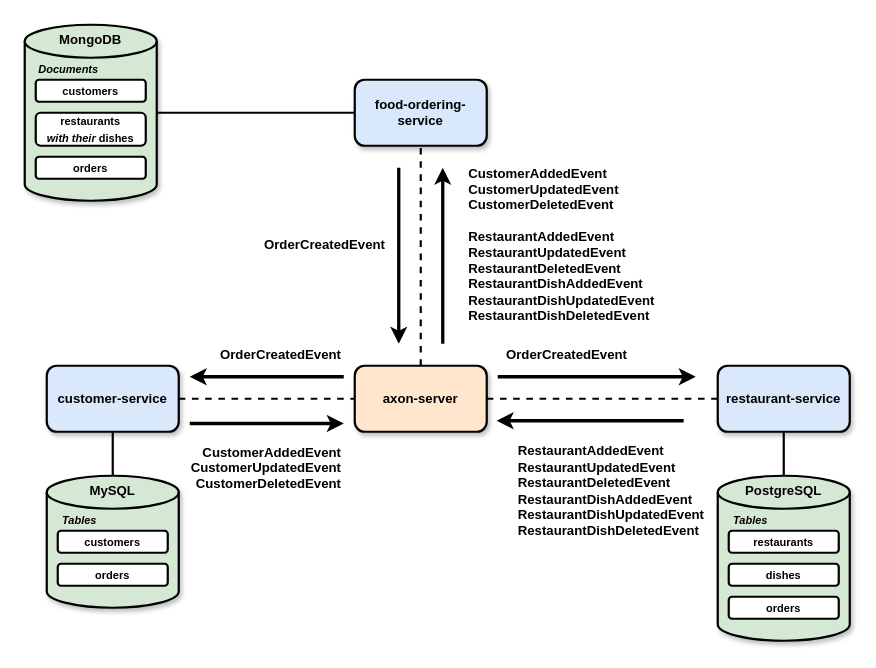
Before: images/project-diagram.drawio in ivangfr/axon-springboot-websocket, a draw.io diagram. Source tidied: cells renumbered, new cells numbered last; positions are measured from the earlier drawing's top-left corner, leaving out a move shared by most shapes. Both pictures are drawn from the tidied source at 110%, with x=0, y=0 at pixel (24, 24).
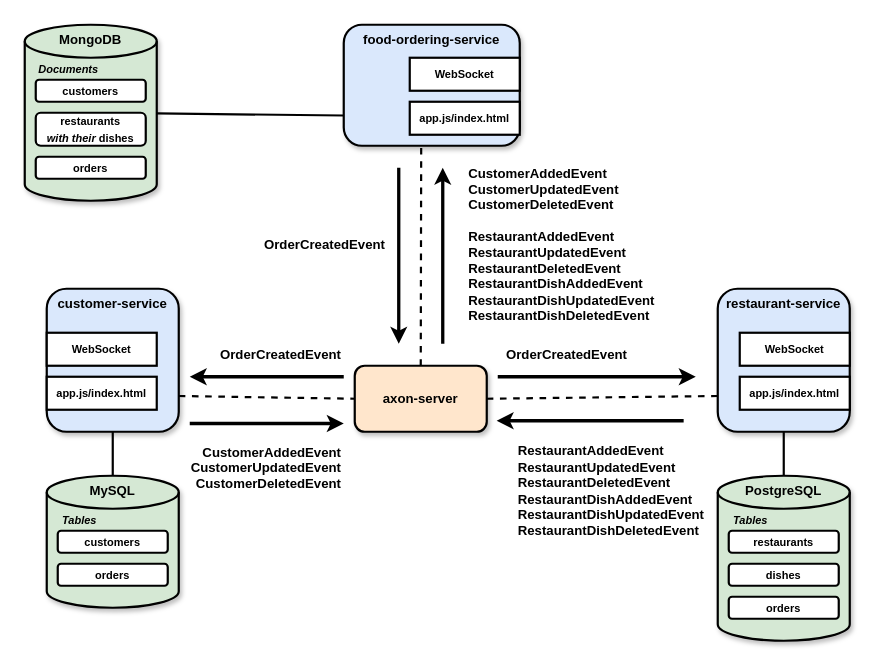
Above is the later version.

Commit message (it also covers changes not shown here):
changes - add order view in restaurant-service; - add gif demo; - add new images of the services UI; - small code refactor; - update README.

Unchanged cells that the change refers to:
```xml
<mxCell id="8" value="&lt;b&gt;MongoDB&lt;/b&gt;" style="shape=cylinder2;whiteSpace=wrap;html=1;boundedLbl=1;backgroundOutline=1;size=15;strokeWidth=2;horizontal=1;verticalAlign=top;fillColor=#d5e8d4;shadow=1;" parent="1" vertex="1">
  <mxGeometry width="120" height="160" as="geometry" />
</mxCell>
<mxCell id="19" value="&lt;b&gt;axon-server&lt;/b&gt;" style="rounded=1;whiteSpace=wrap;html=1;strokeWidth=2;fillColor=#ffe6cc;shadow=1;" parent="1" vertex="1">
  <mxGeometry x="300" y="310" width="120" height="60" as="geometry" />
</mxCell>
```

Diff of the diagram source:
```diff
@@
-    <mxCell id="2" value="&lt;b&gt;customer-service&lt;/b&gt;" style="rounded=1;whiteSpace=wrap;html=1;strokeWidth=2;fillColor=#dae8fc;shadow=1;" parent="1" vertex="1">
-      <mxGeometry x="20" y="310" width="120" height="60" as="geometry" />
+    <mxCell id="2" value="&lt;b&gt;customer-service&lt;/b&gt;" style="rounded=1;whiteSpace=wrap;html=1;strokeWidth=2;fillColor=#dae8fc;shadow=1;horizontal=1;verticalAlign=top;" parent="1" vertex="1">
+      <mxGeometry x="20" y="240" width="120" height="130" as="geometry" />
     </mxCell>
-    <mxCell id="3" value="&lt;b&gt;restaurant-service&lt;/b&gt;" style="rounded=1;whiteSpace=wrap;html=1;strokeWidth=2;fillColor=#dae8fc;shadow=1;" parent="1" vertex="1">
-      <mxGeometry x="630" y="310" width="120" height="60" as="geometry" />
+    <mxCell id="3" value="&lt;b&gt;restaurant-service&lt;/b&gt;" style="rounded=1;whiteSpace=wrap;html=1;strokeWidth=2;fillColor=#dae8fc;shadow=1;horizontal=1;verticalAlign=top;" parent="1" vertex="1">
+      <mxGeometry x="630" y="240" width="120" height="130" as="geometry" />
     </mxCell>
-    <mxCell id="4" value="&lt;b&gt;food-ordering-service&lt;/b&gt;" style="rounded=1;whiteSpace=wrap;html=1;strokeWidth=2;fillColor=#dae8fc;shadow=1;" parent="1" vertex="1">
-      <mxGeometry x="300" y="50" width="120" height="60" as="geometry" />
+    <mxCell id="4" value="&lt;b&gt;food-ordering-service&lt;/b&gt;" style="rounded=1;whiteSpace=wrap;html=1;strokeWidth=2;fillColor=#dae8fc;shadow=1;verticalAlign=top;" parent="1" vertex="1">
+      <mxGeometry x="290" width="160" height="110" as="geometry" />
     </mxCell>
@@
-    <mxCell id="24" style="endArrow=none;html=1;strokeWidth=2;entryX=0;entryY=0.5;entryDx=0;entryDy=0;" parent="1" edge="1" source="8" target="4">
+    <mxCell id="24" style="endArrow=none;html=1;strokeWidth=2;entryX=0;entryY=0.75;entryDx=0;entryDy=0;" parent="1" edge="1" source="8" target="4">
       <mxGeometry relative="1" as="geometry" />
     </mxCell>
-    <mxCell id="25" style="endArrow=none;html=1;strokeWidth=2;entryX=0.5;entryY=1;entryDx=0;entryDy=0;exitX=0.5;exitY=0;exitDx=0;exitDy=0;dashed=1;" parent="1" edge="1" source="19" target="4">
+    <mxCell id="25" style="endArrow=none;html=1;strokeWidth=2;exitX=0.5;exitY=0;exitDx=0;exitDy=0;dashed=1;entryX=0.44;entryY=1.009;entryDx=0;entryDy=0;entryPerimeter=0;" parent="1" edge="1" source="19" target="4">
       <mxGeometry relative="1" as="geometry" />
     </mxCell>
-    <mxCell id="26" style="endArrow=none;html=1;strokeWidth=2;exitX=1;exitY=0.5;exitDx=0;exitDy=0;entryX=0;entryY=0.5;entryDx=0;entryDy=0;dashed=1;" parent="1" edge="1" source="2" target="19">
+    <mxCell id="26" style="endArrow=none;html=1;strokeWidth=2;exitX=1;exitY=0.75;exitDx=0;exitDy=0;entryX=0;entryY=0.5;entryDx=0;entryDy=0;dashed=1;" parent="1" edge="1" source="2" target="19">
       <mxGeometry relative="1" as="geometry" />
     </mxCell>
-    <mxCell id="27" style="endArrow=none;html=1;strokeWidth=2;exitX=1;exitY=0.5;exitDx=0;exitDy=0;entryX=0;entryY=0.5;entryDx=0;entryDy=0;dashed=1;" parent="1" edge="1" source="19" target="3">
+    <mxCell id="27" style="endArrow=none;html=1;strokeWidth=2;exitX=1;exitY=0.5;exitDx=0;exitDy=0;entryX=0;entryY=0.75;entryDx=0;entryDy=0;dashed=1;" parent="1" edge="1" source="19" target="3">
       <mxGeometry relative="1" as="geometry" />
     </mxCell>
@@
+    <mxCell id="38" value="&lt;font style=&quot;font-size: 10px&quot;&gt;&lt;b&gt;WebSocket&lt;/b&gt;&lt;/font&gt;" style="rounded=0;whiteSpace=wrap;html=1;strokeWidth=2;" parent="1" vertex="1">
+      <mxGeometry x="20" y="280" width="100" height="30" as="geometry" />
+    </mxCell>
+    <mxCell id="39" value="&lt;font style=&quot;font-size: 10px&quot;&gt;&lt;b&gt;app.js/index.html&lt;/b&gt;&lt;/font&gt;" style="rounded=0;whiteSpace=wrap;html=1;strokeWidth=2;" parent="1" vertex="1">
+      <mxGeometry x="20" y="320" width="100" height="30" as="geometry" />
+    </mxCell>
+    <mxCell id="40" value="&lt;font style=&quot;font-size: 10px&quot;&gt;&lt;b&gt;WebSocket&lt;/b&gt;&lt;/font&gt;" style="rounded=0;whiteSpace=wrap;html=1;strokeWidth=2;" parent="1" vertex="1">
+      <mxGeometry x="650" y="280" width="100" height="30" as="geometry" />
+    </mxCell>
+    <mxCell id="41" value="&lt;font style=&quot;font-size: 10px&quot;&gt;&lt;b&gt;app.js/index.html&lt;/b&gt;&lt;/font&gt;" style="rounded=0;whiteSpace=wrap;html=1;strokeWidth=2;" parent="1" vertex="1">
+      <mxGeometry x="650" y="320" width="100" height="30" as="geometry" />
+    </mxCell>
+    <mxCell id="42" value="&lt;font style=&quot;font-size: 10px&quot;&gt;&lt;b&gt;WebSocket&lt;/b&gt;&lt;/font&gt;" style="rounded=0;whiteSpace=wrap;html=1;strokeWidth=2;" parent="1" vertex="1">
+      <mxGeometry x="350" y="30" width="100" height="30" as="geometry" />
+    </mxCell>
+    <mxCell id="43" value="&lt;font style=&quot;font-size: 10px&quot;&gt;&lt;b&gt;app.js/index.html&lt;/b&gt;&lt;/font&gt;" style="rounded=0;whiteSpace=wrap;html=1;strokeWidth=2;" parent="1" vertex="1">
+      <mxGeometry x="350" y="70" width="100" height="30" as="geometry" />
+    </mxCell>
```
